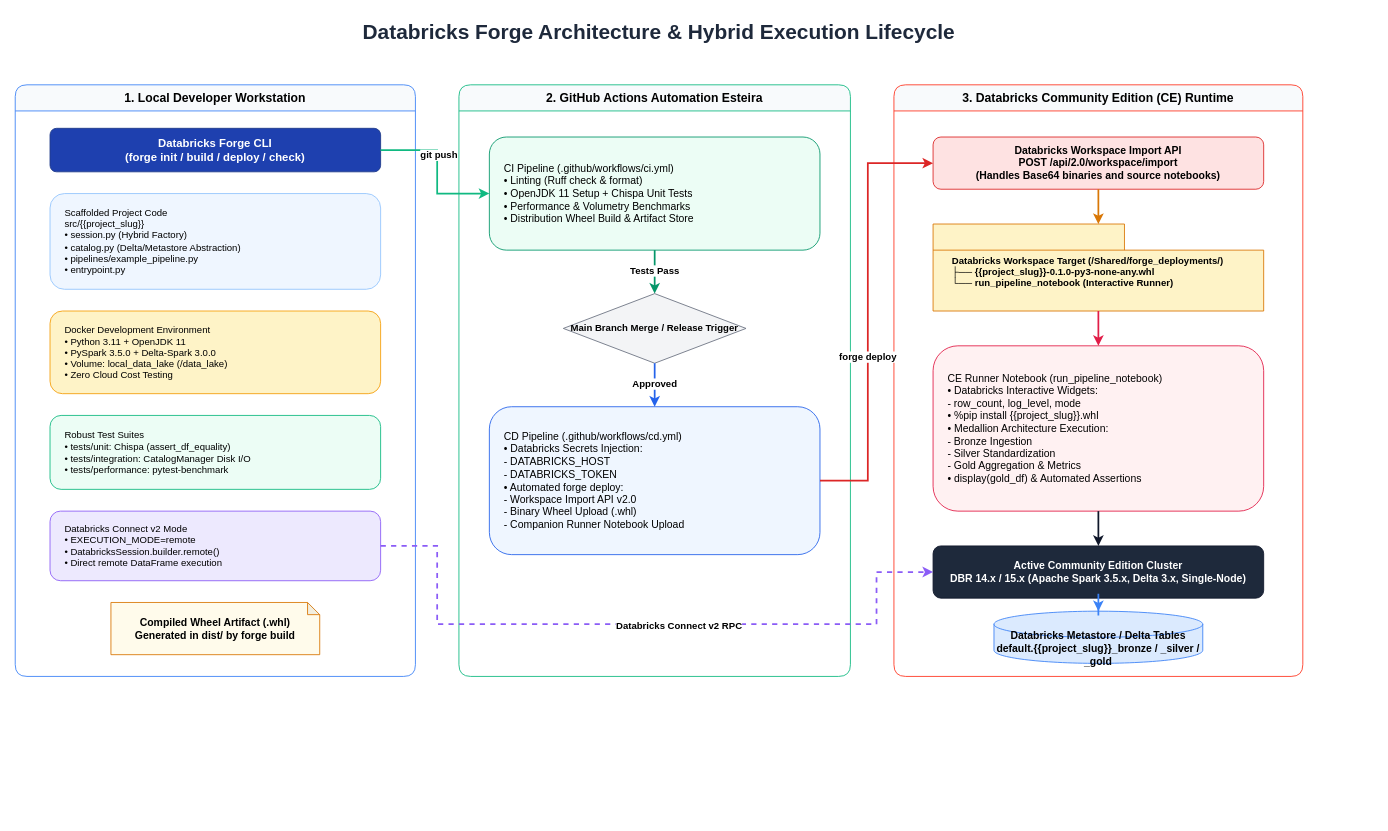
The draw.io diagram docs/architecture.drawio in Helfstein-one/databricks-forge-cli, before the edit. Source tidied: cells renumbered, new cells numbered last; positions are measured from the earlier drawing's top-left corner, leaving out a move shared by most shapes. Both pictures are drawn from the tidied source at 87%, with x=0, y=0 at pixel (15, 15).
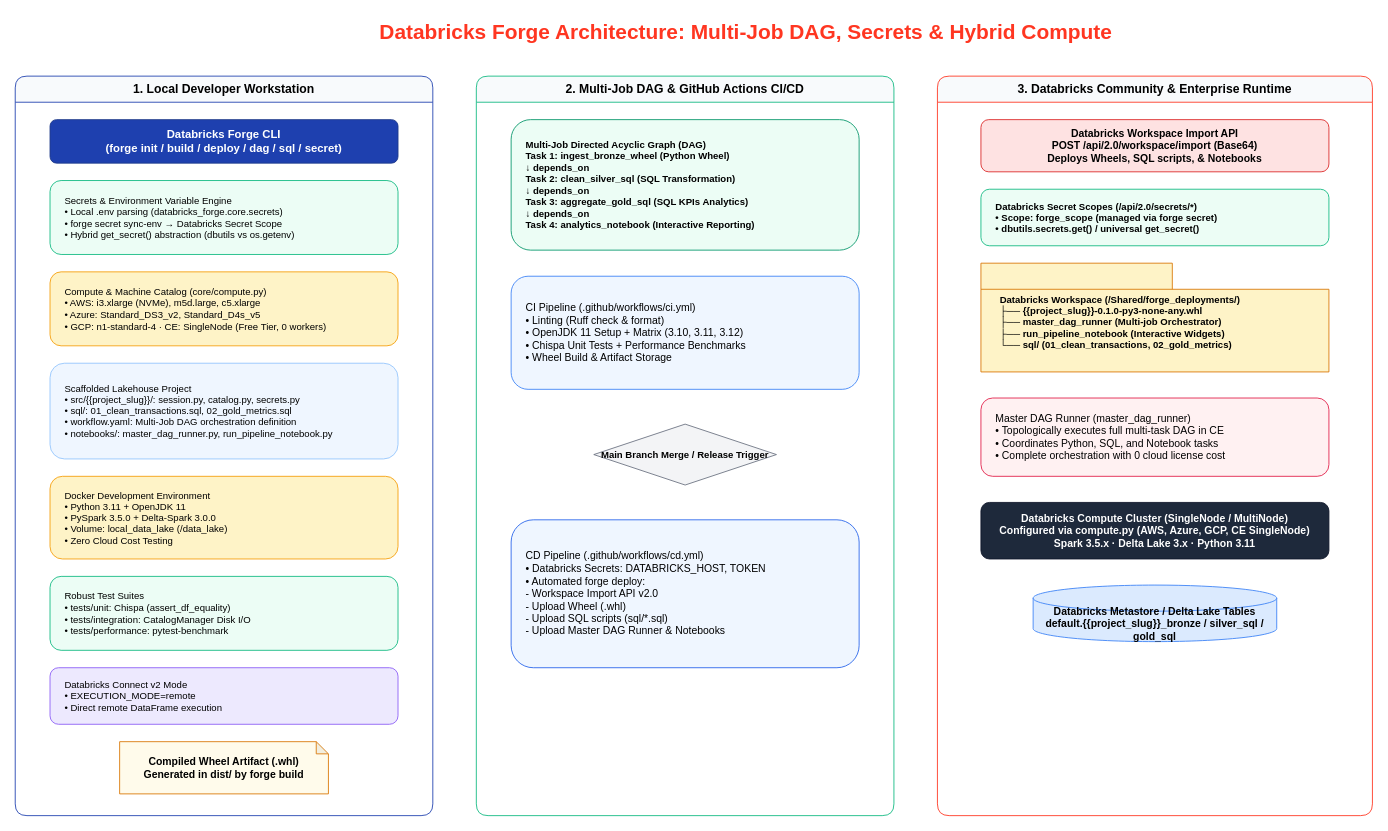
Above is the later version.

Change to the diagram source:
```diff
@@
-    <mxCell id="2" value="Databricks Forge Architecture &amp; Hybrid Execution Lifecycle" style="text;html=1;strokeColor=none;fillColor=none;align=center;verticalAlign=middle;whiteSpace=wrap;rounded=0;fontSize=24;fontStyle=1;fontColor=#1E293B;" parent="1" vertex="1">
-      <mxGeometry x="320" width="840" height="40" as="geometry" />
+    <mxCell id="2" value="Databricks Forge Architecture: Multi-Job DAG, Secrets &amp; Hybrid Compute" style="text;html=1;strokeColor=none;fillColor=none;align=center;verticalAlign=middle;whiteSpace=wrap;rounded=0;fontSize=24;fontStyle=1;fontColor=#FF3621;" parent="1" vertex="1">
+      <mxGeometry x="320" width="1040" height="40" as="geometry" />
     </mxCell>
-    <mxCell id="3" value="1. Local Developer Workstation" style="swimlane;whiteSpace=wrap;html=1;fontSize=14;fontStyle=1;fillColor=#F8FAFC;strokeColor=#3B82F6;startSize=30;rounded=1;" parent="1" vertex="1">
-      <mxGeometry y="80" width="460" height="680" as="geometry" />
+    <mxCell id="3" value="1. Local Developer Workstation" style="swimlane;whiteSpace=wrap;html=1;fontSize=14;fontStyle=1;fillColor=#F8FAFC;strokeColor=#1E40AF;startSize=30;rounded=1;" parent="1" vertex="1">
+      <mxGeometry y="70" width="480" height="850" as="geometry" />
     </mxCell>
-    <mxCell id="4" value="Databricks Forge CLI&#10;(forge init / build / deploy / check)" style="rounded=1;whiteSpace=wrap;html=1;fillColor=#1E40AF;fontColor=#FFFFFF;fontStyle=1;fontSize=13;strokeColor=#1E3A8A;" parent="3" vertex="1">
-      <mxGeometry x="40" y="50" width="380" height="50" as="geometry" />
+    <mxCell id="4" value="Databricks Forge CLI&#10;(forge init / build / deploy / dag / sql / secret)" style="rounded=1;whiteSpace=wrap;html=1;fillColor=#1E40AF;fontColor=#FFFFFF;fontStyle=1;fontSize=13;strokeColor=#1E3A8A;" parent="3" vertex="1">
+      <mxGeometry x="40" y="50" width="400" height="50" as="geometry" />
     </mxCell>
+    <mxCell id="34" value="Secrets &amp; Environment Variable Engine&#10;• Local .env parsing (databricks_forge.core.secrets)&#10;• forge secret sync-env → Databricks Secret Scope&#10;• Hybrid get_secret() abstraction (dbutils vs os.getenv)" style="rounded=1;whiteSpace=wrap;html=1;fillColor=#ECFDF5;strokeColor=#10B981;align=left;spacingLeft=15;fontSize=11;" parent="3" vertex="1">
+      <mxGeometry x="40" y="120" width="400" height="85" as="geometry" />
+    </mxCell>
+    <mxCell id="35" value="Compute &amp; Machine Catalog (core/compute.py)&#10;• AWS: i3.xlarge (NVMe), m5d.large, c5.xlarge&#10;• Azure: Standard_DS3_v2, Standard_D4s_v5&#10;• GCP: n1-standard-4 · CE: SingleNode (Free Tier, 0 workers)" style="rounded=1;whiteSpace=wrap;html=1;fillColor=#FEF3C7;strokeColor=#F59E0B;align=left;spacingLeft=15;fontSize=11;" parent="3" vertex="1">
+      <mxGeometry x="40" y="225" width="400" height="85" as="geometry" />
+    </mxCell>
-    <mxCell id="5" value="Scaffolded Project Code&#10;src/{{project_slug}}&#10;• session.py (Hybrid Factory)&#10;• catalog.py (Delta/Metastore Abstraction)&#10;• pipelines/example_pipeline.py&#10;• entrypoint.py" style="rounded=1;whiteSpace=wrap;html=1;fillColor=#EFF6FF;strokeColor=#93C5FD;align=left;spacingLeft=15;fontSize=11;" parent="3" vertex="1">
-      <mxGeometry x="40" y="125" width="380" height="110" as="geometry" />
+    <mxCell id="5" value="Scaffolded Lakehouse Project&#10;• src/{{project_slug}}/: session.py, catalog.py, secrets.py&#10;• sql/: 01_clean_transactions.sql, 02_gold_metrics.sql&#10;• workflow.yaml: Multi-Job DAG orchestration definition&#10;• notebooks/: master_dag_runner.py, run_pipeline_notebook.py" style="rounded=1;whiteSpace=wrap;html=1;fillColor=#EFF6FF;strokeColor=#93C5FD;align=left;spacingLeft=15;fontSize=11;" parent="3" vertex="1">
+      <mxGeometry x="40" y="330" width="400" height="110" as="geometry" />
     </mxCell>
     <mxCell id="6" value="Docker Development Environment&#10;• Python 3.11 + OpenJDK 11&#10;• PySpark 3.5.0 + Delta-Spark 3.0.0&#10;• Volume: local_data_lake (/data_lake)&#10;• Zero Cloud Cost Testing" style="rounded=1;whiteSpace=wrap;html=1;fillColor=#FEF3C7;strokeColor=#F59E0B;align=left;spacingLeft=15;fontSize=11;" parent="3" vertex="1">
-      <mxGeometry x="40" y="260" width="380" height="95" as="geometry" />
+      <mxGeometry x="40" y="460" width="400" height="95" as="geometry" />
     </mxCell>
     <mxCell id="7" value="Robust Test Suites&#10;• tests/unit: Chispa (assert_df_equality)&#10;• tests/integration: CatalogManager Disk I/O&#10;• tests/performance: pytest-benchmark" style="rounded=1;whiteSpace=wrap;html=1;fillColor=#ECFDF5;strokeColor=#10B981;align=left;spacingLeft=15;fontSize=11;" parent="3" vertex="1">
-      <mxGeometry x="40" y="380" width="380" height="85" as="geometry" />
+      <mxGeometry x="40" y="575" width="400" height="85" as="geometry" />
     </mxCell>
-    <mxCell id="8" value="Databricks Connect v2 Mode&#10;• EXECUTION_MODE=remote&#10;• DatabricksSession.builder.remote()&#10;• Direct remote DataFrame execution" style="rounded=1;whiteSpace=wrap;html=1;fillColor=#EDE9FE;strokeColor=#8B5CF6;align=left;spacingLeft=15;fontSize=11;" parent="3" vertex="1">
-      <mxGeometry x="40" y="490" width="380" height="80" as="geometry" />
+    <mxCell id="8" value="Databricks Connect v2 Mode&#10;• EXECUTION_MODE=remote&#10;• Direct remote DataFrame execution" style="rounded=1;whiteSpace=wrap;html=1;fillColor=#EDE9FE;strokeColor=#8B5CF6;align=left;spacingLeft=15;fontSize=11;" parent="3" vertex="1">
+      <mxGeometry x="40" y="680" width="400" height="65" as="geometry" />
     </mxCell>
     <mxCell id="9" value="Compiled Wheel Artifact (.whl)&#10;Generated in dist/ by forge build" style="shape=note;whiteSpace=wrap;html=1;backgroundOutline=1;darkOpacity=0.05;fillColor=#FFFBEB;strokeColor=#D97706;size=14;fontStyle=1;" parent="3" vertex="1">
-      <mxGeometry x="110" y="595" width="240" height="60" as="geometry" />
+      <mxGeometry x="120" y="765" width="240" height="60" as="geometry" />
     </mxCell>
-    <mxCell id="10" value="2. GitHub Actions Automation Esteira" style="swimlane;whiteSpace=wrap;html=1;fontSize=14;fontStyle=1;fillColor=#F8FAFC;strokeColor=#10B981;startSize=30;rounded=1;" parent="1" vertex="1">
-      <mxGeometry x="510" y="80" width="450" height="680" as="geometry" />
+    <mxCell id="10" value="2. Multi-Job DAG &amp; GitHub Actions CI/CD" style="swimlane;whiteSpace=wrap;html=1;fontSize=14;fontStyle=1;fillColor=#F8FAFC;strokeColor=#10B981;startSize=30;rounded=1;" parent="1" vertex="1">
+      <mxGeometry x="530" y="70" width="480" height="850" as="geometry" />
     </mxCell>
+    <mxCell id="36" value="Multi-Job Directed Acyclic Graph (DAG)&#10;Task 1: ingest_bronze_wheel (Python Wheel)&#10;    ↓ depends_on&#10;Task 2: clean_silver_sql (SQL Transformation)&#10;    ↓ depends_on&#10;Task 3: aggregate_gold_sql (SQL KPIs Analytics)&#10;    ↓ depends_on&#10;Task 4: analytics_notebook (Interactive Reporting)" style="rounded=1;whiteSpace=wrap;html=1;fillColor=#ECFDF5;strokeColor=#059669;align=left;spacingLeft=15;fontSize=11;fontStyle=1;" parent="10" vertex="1">
+      <mxGeometry x="40" y="50" width="400" height="150" as="geometry" />
+    </mxCell>
-    <mxCell id="11" value="CI Pipeline (.github/workflows/ci.yml)&#10;• Linting (Ruff check &amp; format)&#10;• OpenJDK 11 Setup + Chispa Unit Tests&#10;• Performance &amp; Volumetry Benchmarks&#10;• Distribution Wheel Build &amp; Artifact Store" style="rounded=1;whiteSpace=wrap;html=1;fillColor=#ECFDF5;strokeColor=#059669;align=left;spacingLeft=15;fontSize=12;" parent="10" vertex="1">
-      <mxGeometry x="35" y="60" width="380" height="130" as="geometry" />
+    <mxCell id="11" value="CI Pipeline (.github/workflows/ci.yml)&#10;• Linting (Ruff check &amp; format)&#10;• OpenJDK 11 Setup + Matrix (3.10, 3.11, 3.12)&#10;• Chispa Unit Tests + Performance Benchmarks&#10;• Wheel Build &amp; Artifact Storage" style="rounded=1;whiteSpace=wrap;html=1;fillColor=#EFF6FF;strokeColor=#3B82F6;align=left;spacingLeft=15;fontSize=12;" parent="10" vertex="1">
+      <mxGeometry x="40" y="230" width="400" height="130" as="geometry" />
     </mxCell>
     <mxCell id="12" value="Main Branch Merge / Release Trigger" style="rhombus;whiteSpace=wrap;html=1;fillColor=#F3F4F6;strokeColor=#6B7280;fontStyle=1;fontSize=11;" parent="10" vertex="1">
-      <mxGeometry x="120" y="240" width="210" height="80" as="geometry" />
+      <mxGeometry x="135" y="400" width="210" height="70" as="geometry" />
     </mxCell>
-    <mxCell id="13" value="CD Pipeline (.github/workflows/cd.yml)&#10;• Databricks Secrets Injection:&#10;  - DATABRICKS_HOST&#10;  - DATABRICKS_TOKEN&#10;• Automated forge deploy:&#10;  - Workspace Import API v2.0&#10;  - Binary Wheel Upload (.whl)&#10;  - Companion Runner Notebook Upload" style="rounded=1;whiteSpace=wrap;html=1;fillColor=#EFF6FF;strokeColor=#2563EB;align=left;spacingLeft=15;fontSize=12;" parent="10" vertex="1">
-      <mxGeometry x="35" y="370" width="380" height="170" as="geometry" />
+    <mxCell id="13" value="CD Pipeline (.github/workflows/cd.yml)&#10;• Databricks Secrets: DATABRICKS_HOST, TOKEN&#10;• Automated forge deploy:&#10;  - Workspace Import API v2.0&#10;  - Upload Wheel (.whl)&#10;  - Upload SQL scripts (sql/*.sql)&#10;  - Upload Master DAG Runner &amp; Notebooks" style="rounded=1;whiteSpace=wrap;html=1;fillColor=#EFF6FF;strokeColor=#2563EB;align=left;spacingLeft=15;fontSize=12;" parent="10" vertex="1">
+      <mxGeometry x="40" y="510" width="400" height="170" as="geometry" />
     </mxCell>
-    <mxCell id="14" value="3. Databricks Community Edition (CE) Runtime" style="swimlane;whiteSpace=wrap;html=1;fontSize=14;fontStyle=1;fillColor=#F8FAFC;strokeColor=#FF3621;startSize=30;rounded=1;" parent="1" vertex="1">
-      <mxGeometry x="1010" y="80" width="470" height="680" as="geometry" />
+    <mxCell id="14" value="3. Databricks Community &amp; Enterprise Runtime" style="swimlane;whiteSpace=wrap;html=1;fontSize=14;fontStyle=1;fillColor=#F8FAFC;strokeColor=#FF3621;startSize=30;rounded=1;" parent="1" vertex="1">
+      <mxGeometry x="1060" y="70" width="500" height="850" as="geometry" />
     </mxCell>
-    <mxCell id="15" value="Databricks Workspace Import API&#10;POST /api/2.0/workspace/import&#10;(Handles Base64 binaries and source notebooks)" style="rounded=1;whiteSpace=wrap;html=1;fillColor=#FEE2E2;strokeColor=#DC2626;fontStyle=1;fontSize=12;" parent="14" vertex="1">
-      <mxGeometry x="45" y="60" width="380" height="60" as="geometry" />
+    <mxCell id="15" value="Databricks Workspace Import API&#10;POST /api/2.0/workspace/import (Base64)&#10;Deploys Wheels, SQL scripts, &amp; Notebooks" style="rounded=1;whiteSpace=wrap;html=1;fillColor=#FEE2E2;strokeColor=#DC2626;fontStyle=1;fontSize=12;" parent="14" vertex="1">
+      <mxGeometry x="50" y="50" width="400" height="60" as="geometry" />
     </mxCell>
+    <mxCell id="37" value="Databricks Secret Scopes (/api/2.0/secrets/*)&#10;• Scope: forge_scope (managed via forge secret)&#10;• dbutils.secrets.get() / universal get_secret()" style="rounded=1;whiteSpace=wrap;html=1;fillColor=#ECFDF5;strokeColor=#10B981;fontStyle=1;fontSize=11;align=left;spacingLeft=15;" parent="14" vertex="1">
+      <mxGeometry x="50" y="130" width="400" height="65" as="geometry" />
+    </mxCell>
-    <mxCell id="16" value="Databricks Workspace Target (/Shared/forge_deployments/)&#10;├── {{project_slug}}-0.1.0-py3-none-any.whl&#10;└── run_pipeline_notebook (Interactive Runner)" style="shape=folder;fontStyle=1;spacingTop=10;tabWidth=220;tabHeight=30;tabPosition=left;html=1;whiteSpace=wrap;fillColor=#FEF3C7;strokeColor=#D97706;align=left;spacingLeft=20;fontSize=11;" parent="14" vertex="1">
-      <mxGeometry x="45" y="160" width="380" height="100" as="geometry" />
+    <mxCell id="16" value="Databricks Workspace (/Shared/forge_deployments/)&#10;├── {{project_slug}}-0.1.0-py3-none-any.whl&#10;├── master_dag_runner (Multi-job Orchestrator)&#10;├── run_pipeline_notebook (Interactive Widgets)&#10;└── sql/ (01_clean_transactions, 02_gold_metrics)" style="shape=folder;fontStyle=1;spacingTop=10;tabWidth=220;tabHeight=30;tabPosition=left;html=1;whiteSpace=wrap;fillColor=#FEF3C7;strokeColor=#D97706;align=left;spacingLeft=20;fontSize=11;" parent="14" vertex="1">
+      <mxGeometry x="50" y="215" width="400" height="125" as="geometry" />
     </mxCell>
-    <mxCell id="17" value="CE Runner Notebook (run_pipeline_notebook)&#10;• Databricks Interactive Widgets:&#10;  - row_count, log_level, mode&#10;• %pip install {{project_slug}}.whl&#10;• Medallion Architecture Execution:&#10;  - Bronze Ingestion&#10;  - Silver Standardization&#10;  - Gold Aggregation &amp; Metrics&#10;• display(gold_df) &amp; Automated Assertions" style="rounded=1;whiteSpace=wrap;html=1;fillColor=#FFF1F2;strokeColor=#E11D48;align=left;spacingLeft=15;fontSize=12;" parent="14" vertex="1">
-      <mxGeometry x="45" y="300" width="380" height="190" as="geometry" />
-    </mxCell>
+    <mxCell id="38" value="Master DAG Runner (master_dag_runner)&#10;• Topologically executes full multi-task DAG in CE&#10;• Coordinates Python, SQL, and Notebook tasks&#10;• Complete orchestration with 0 cloud license cost" style="rounded=1;whiteSpace=wrap;html=1;fillColor=#FFF1F2;strokeColor=#E11D48;align=left;spacingLeft=15;fontSize=12;" parent="14" vertex="1">
+      <mxGeometry x="50" y="370" width="400" height="90" as="geometry" />
+    </mxCell>
-    <mxCell id="18" value="Active Community Edition Cluster&#10;DBR 14.x / 15.x (Apache Spark 3.5.x, Delta 3.x, Single-Node)" style="rounded=1;whiteSpace=wrap;html=1;fillColor=#1E293B;fontColor=#FFFFFF;fontStyle=1;fontSize=12;strokeColor=#0F172A;" parent="14" vertex="1">
-      <mxGeometry x="45" y="530" width="380" height="60" as="geometry" />
+    <mxCell id="18" value="Databricks Compute Cluster (SingleNode / MultiNode)&#10;Configured via compute.py (AWS, Azure, GCP, CE SingleNode)&#10;Spark 3.5.x · Delta Lake 3.x · Python 3.11" style="rounded=1;whiteSpace=wrap;html=1;fillColor=#1E293B;fontColor=#FFFFFF;fontStyle=1;fontSize=12;strokeColor=#0F172A;" parent="14" vertex="1">
+      <mxGeometry x="50" y="490" width="400" height="65" as="geometry" />
     </mxCell>
-    <mxCell id="19" value="Databricks Metastore / Delta Tables&#10;default.{{project_slug}}_bronze / _silver / _gold" style="shape=cylinder3;whiteSpace=wrap;html=1;boundedLbl=1;backgroundOutline=1;size=15;fillColor=#DBEAFE;strokeColor=#3B82F6;fontStyle=1;" parent="14" vertex="1">
-      <mxGeometry x="115" y="605" width="240" height="60" as="geometry" />
+    <mxCell id="19" value="Databricks Metastore / Delta Lake Tables&#10;default.{{project_slug}}_bronze / silver_sql / gold_sql" style="shape=cylinder3;whiteSpace=wrap;html=1;boundedLbl=1;backgroundOutline=1;size=15;fillColor=#DBEAFE;strokeColor=#3B82F6;fontStyle=1;" parent="14" vertex="1">
+      <mxGeometry x="110" y="585" width="280" height="65" as="geometry" />
     </mxCell>
-    <mxCell id="20" style="edgeStyle=orthogonalEdgeStyle;rounded=0;jettySize=auto;html=1;entryX=0;entryY=0.5;entryDx=0;entryDy=0;strokeWidth=2;strokeColor=#10B981;" parent="1" edge="1" source="4" target="11">
-      <mxGeometry relative="1" as="geometry">
-        <Array as="points">
-          <mxPoint x="485" y="155" />
-          <mxPoint x="485" y="205" />
-        </Array>
-      </mxGeometry>
-    </mxCell>
-    <mxCell id="21" value="git push" style="edgeLabel;html=1;align=center;verticalAlign=middle;fontSize=11;fontStyle=1;" parent="20" vertex="1">
-      <mxGeometry x="-0.2" y="1" relative="1" as="geometry" />
-    </mxCell>
-    <mxCell id="22" style="edgeStyle=orthogonalEdgeStyle;rounded=0;jettySize=auto;html=1;entryX=0.5;entryY=0;entryDx=0;entryDy=0;strokeWidth=2;strokeColor=#059669;" parent="1" edge="1" source="11" target="12">
-      <mxGeometry relative="1" as="geometry" />
-    </mxCell>
-    <mxCell id="23" value="Tests Pass" style="edgeLabel;html=1;align=center;verticalAlign=middle;fontSize=11;fontStyle=1;" parent="22" vertex="1">
-      <mxGeometry x="-0.1" y="-1" relative="1" as="geometry" />
-    </mxCell>
-    <mxCell id="24" style="edgeStyle=orthogonalEdgeStyle;rounded=0;jettySize=auto;html=1;entryX=0.5;entryY=0;entryDx=0;entryDy=0;strokeWidth=2;strokeColor=#2563EB;" parent="1" edge="1" source="12" target="13">
-      <mxGeometry relative="1" as="geometry" />
-    </mxCell>
-    <mxCell id="25" value="Approved" style="edgeLabel;html=1;align=center;verticalAlign=middle;fontSize=11;fontStyle=1;" parent="24" vertex="1">
-      <mxGeometry x="-0.1" y="-1" relative="1" as="geometry" />
-    </mxCell>
-    <mxCell id="26" style="edgeStyle=orthogonalEdgeStyle;rounded=0;jettySize=auto;html=1;entryX=0;entryY=0.5;entryDx=0;entryDy=0;strokeWidth=2;strokeColor=#DC2626;" parent="1" edge="1" source="13" target="15">
-      <mxGeometry relative="1" as="geometry">
-        <Array as="points">
-          <mxPoint x="980" y="535" />
-          <mxPoint x="980" y="170" />
-        </Array>
-      </mxGeometry>
-    </mxCell>
-    <mxCell id="27" value="forge deploy" style="edgeLabel;html=1;align=center;verticalAlign=middle;fontSize=11;fontStyle=1;" parent="26" vertex="1">
-      <mxGeometry x="-0.2" y="1" relative="1" as="geometry" />
-    </mxCell>
-    <mxCell id="28" style="edgeStyle=orthogonalEdgeStyle;rounded=0;jettySize=auto;html=1;entryX=0.5;entryY=0;entryDx=0;entryDy=0;strokeWidth=2;strokeColor=#D97706;" parent="1" edge="1" source="15" target="16">
-      <mxGeometry relative="1" as="geometry" />
-    </mxCell>
-    <mxCell id="29" style="edgeStyle=orthogonalEdgeStyle;rounded=0;jettySize=auto;html=1;entryX=0.5;entryY=0;entryDx=0;entryDy=0;strokeWidth=2;strokeColor=#E11D48;" parent="1" edge="1" source="16" target="17">
-      <mxGeometry relative="1" as="geometry" />
-    </mxCell>
-    <mxCell id="30" style="edgeStyle=orthogonalEdgeStyle;rounded=0;jettySize=auto;html=1;entryX=0.5;entryY=0;entryDx=0;entryDy=0;strokeWidth=2;strokeColor=#0F172A;" parent="1" edge="1" source="17" target="18">
-      <mxGeometry relative="1" as="geometry" />
-    </mxCell>
-    <mxCell id="31" style="edgeStyle=orthogonalEdgeStyle;rounded=0;jettySize=auto;html=1;entryX=0.5;entryY=0;entryDx=0;entryDy=0;entryPerimeter=1;strokeWidth=2;strokeColor=#3B82F6;" parent="1" edge="1" source="18" target="19">
-      <mxGeometry relative="1" as="geometry" />
-    </mxCell>
-    <mxCell id="32" style="edgeStyle=orthogonalEdgeStyle;rounded=0;jettySize=auto;html=1;entryX=0;entryY=0.5;entryDx=0;entryDy=0;strokeWidth=2;dashed=1;strokeColor=#8B5CF6;" parent="1" edge="1" source="8" target="18">
-      <mxGeometry relative="1" as="geometry">
-        <Array as="points">
-          <mxPoint x="485" y="610" />
-          <mxPoint x="485" y="700" />
-          <mxPoint x="990" y="700" />
-          <mxPoint x="990" y="640" />
-        </Array>
-      </mxGeometry>
-    </mxCell>
-    <mxCell id="33" value="Databricks Connect v2 RPC" style="edgeLabel;html=1;align=center;verticalAlign=middle;fontSize=11;fontStyle=1;" parent="32" vertex="1">
-      <mxGeometry x="0.1" y="-1" relative="1" as="geometry" />
-    </mxCell>
```
